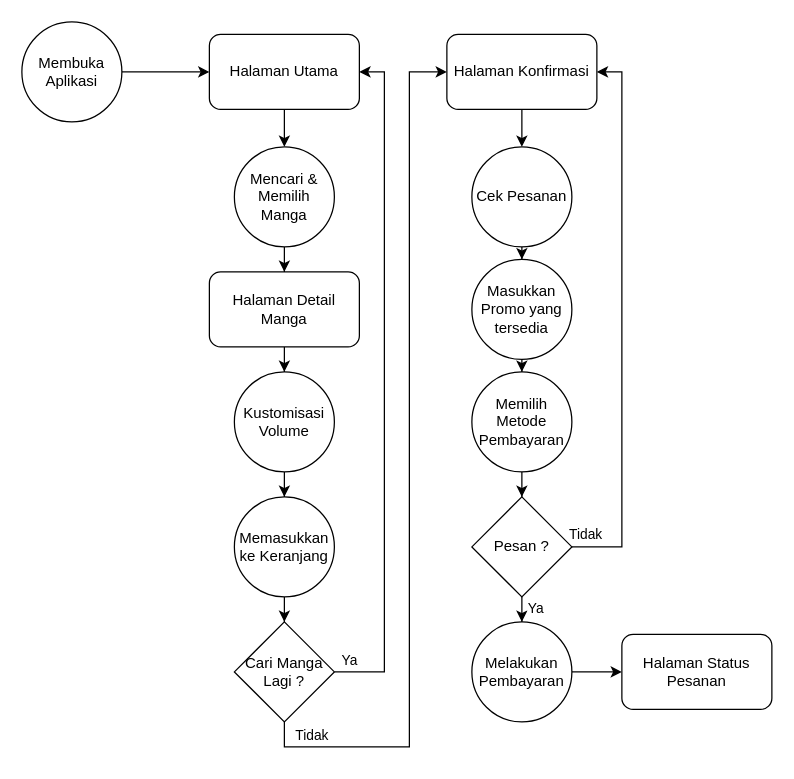
Earlier version of the draw.io diagram Untitled Diagram.drawio (wimpoge/CV). Source tidied: cells renumbered, new cells numbered last; positions are measured from the earlier drawing's top-left corner, leaving out a move shared by most shapes. Both pictures are drawn from the tidied source at 125%, with x=0, y=0 at pixel (21, 21).
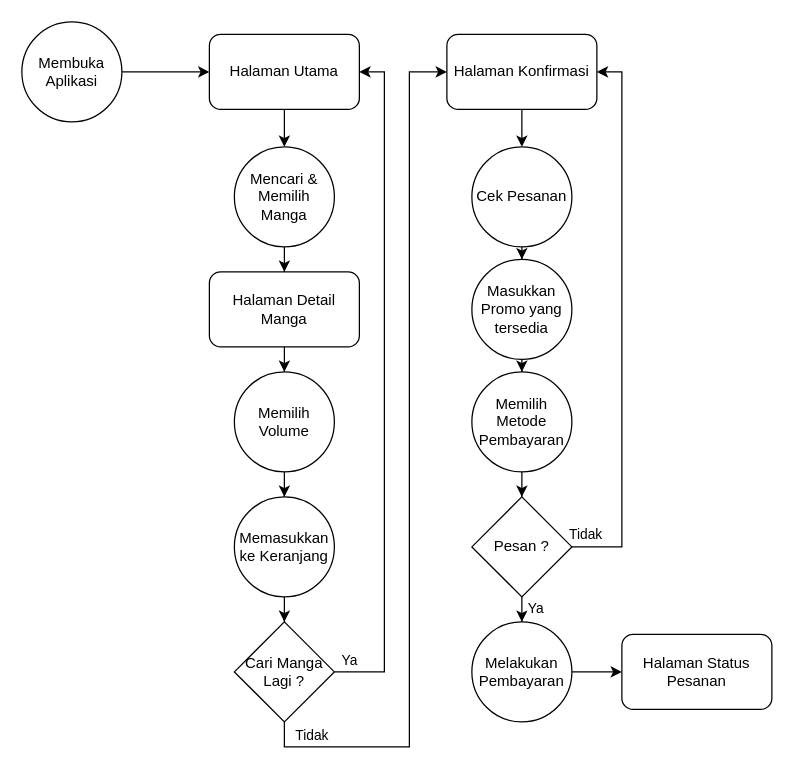
The same diagram, later.

The edit, as a diff of the source:
```diff
@@
-    <mxCell id="11" value="Kustomisasi Volume" style="ellipse;whiteSpace=wrap;html=1;" parent="1" vertex="1">
+    <mxCell id="11" value="Memilih Volume" style="ellipse;whiteSpace=wrap;html=1;" parent="1" vertex="1">
       <mxGeometry x="170" y="280" width="80" height="80" as="geometry" />
     </mxCell>
```
